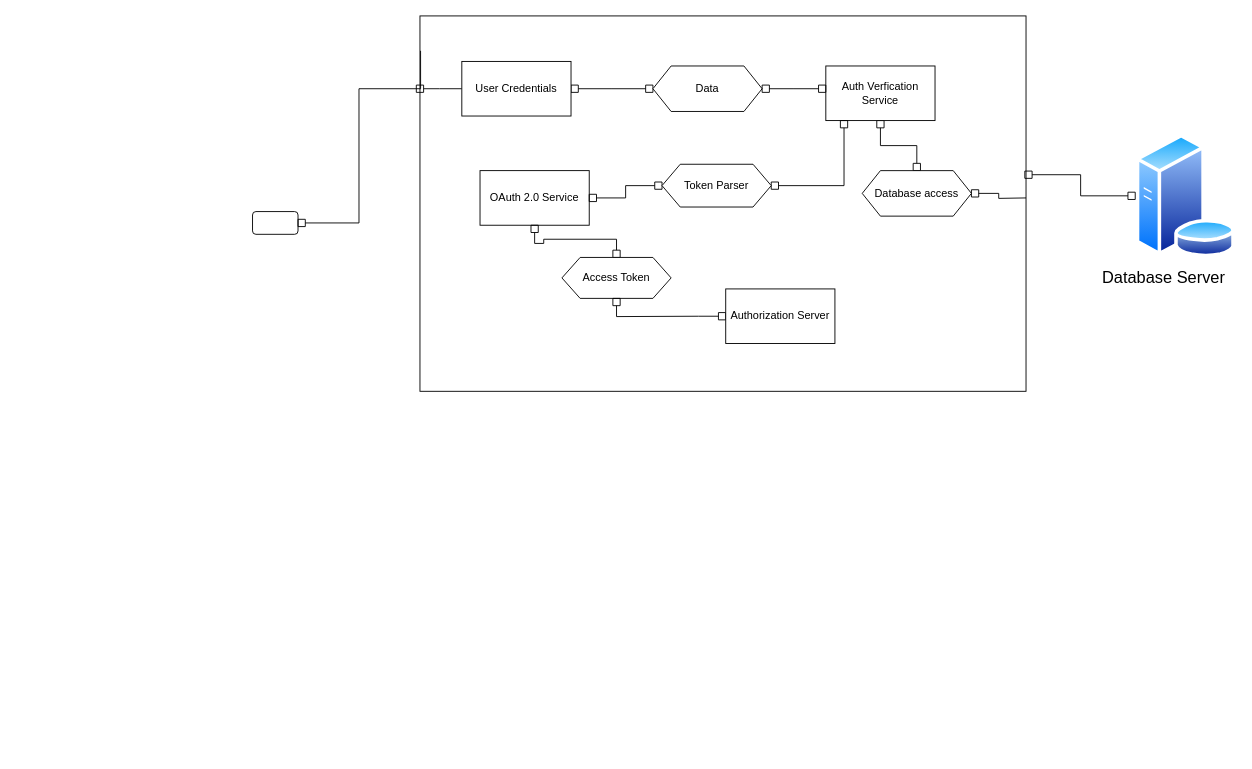
The draw.io diagram Untitled Diagram.drawio in HASSAN5077/draw.io, before the edit. Source tidied: cells renumbered, new cells numbered last; positions are measured from the earlier drawing's top-left corner, leaving out a move shared by most shapes. Both pictures are drawn from the tidied source at 91%, with x=0, y=0 at pixel (252, 15).
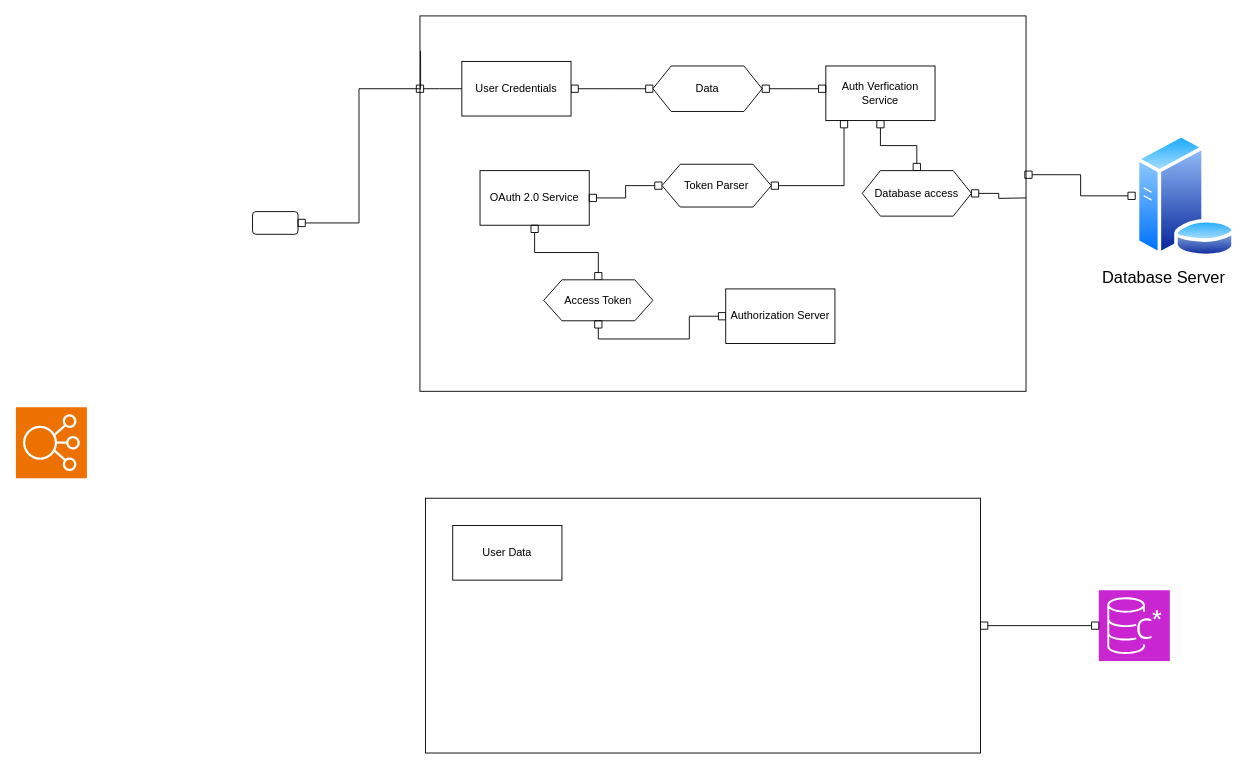
The same page after the edit.

The edit, as a diff of the source:
```diff
@@
     <mxCell id="17" value="Access Token" style="shape=hexagon;perimeter=hexagonPerimeter2;whiteSpace=wrap;html=1;fixedSize=1;" parent="1" vertex="1">
-      <mxGeometry x="340" y="265.4" width="120" height="45" as="geometry" />
+      <mxGeometry x="320" y="290" width="120" height="45" as="geometry" />
     </mxCell>
@@
+    <mxCell id="25" style="sketch=0;fontColor=#232F3E;fillColor=#ED7100;strokeColor=#ffffff;dashed=0;verticalLabelPosition=bottom;verticalAlign=top;align=center;html=1;fontSize=12;fontStyle=0;shape=mxgraph.aws4.resourceIcon;resIcon=mxgraph.aws4.elastic_load_balancing;hachureGap=4;jiggle=2;curveFitting=1;fontFamily=Architects Daughter;" parent="1" vertex="1">
+      <mxGeometry x="-260" y="430" width="78" height="78" as="geometry" />
+    </mxCell>
+    <mxCell id="26" style="rounded=0;whiteSpace=wrap;html=1;" parent="1" vertex="1">
+      <mxGeometry x="190" y="530" width="610" height="280" as="geometry" />
+    </mxCell>
+    <mxCell id="27" style="sketch=0;points=[[0,0,0],[0.25,0,0],[0.5,0,0],[0.75,0,0],[1,0,0],[0,1,0],[0.25,1,0],[0.5,1,0],[0.75,1,0],[1,1,0],[0,0.25,0],[0,0.5,0],[0,0.75,0],[1,0.25,0],[1,0.5,0],[1,0.75,0]];outlineConnect=0;fontColor=#232F3E;fillColor=#C925D1;strokeColor=#ffffff;dashed=0;verticalLabelPosition=bottom;verticalAlign=top;align=center;html=1;fontSize=12;fontStyle=0;shape=mxgraph.aws4.resourceIcon;resIcon=mxgraph.aws4.managed_apache_cassandra_service;" parent="1" vertex="1">
+      <mxGeometry x="930" y="631" width="78" height="78" as="geometry" />
+    </mxCell>
+    <mxCell id="28" style="edgeStyle=orthogonalEdgeStyle;rounded=0;jettySize=auto;html=1;entryX=0;entryY=0.5;entryDx=0;entryDy=0;entryPerimeter=0;endArrow=box;endFill=0;startArrow=box;startFill=0;" parent="1" edge="1" source="26" target="27">
+      <mxGeometry relative="1" as="geometry" />
+    </mxCell>
+    <mxCell id="29" value="User Data" style="rounded=0;whiteSpace=wrap;html=1;" parent="1" vertex="1">
+      <mxGeometry x="220" y="560" width="120" height="60" as="geometry" />
+    </mxCell>
```
